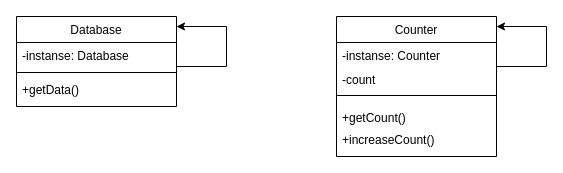
Before: page "Singletone" (1 of 5) of UML Diagrams.drawio in victor2996/Patterns, a draw.io diagram. Source tidied: cells renumbered, new cells numbered last; positions are measured from the earlier drawing's top-left corner, leaving out a move shared by most shapes. Both pictures are drawn from the tidied source at 100%, with x=0, y=0 at pixel (16, 16).
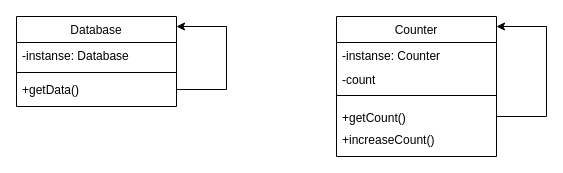
After the change.

The edit, as a diff of the source:
```diff
@@
 <mxGraphModel>
   <root>
     <mxCell id="0" />
     <mxCell id="1" parent="0" />
     <mxCell id="2" value="Database" style="swimlane;fontStyle=0;align=center;verticalAlign=top;horizontal=1;startSize=26;rounded=0;shadow=0;strokeWidth=1;" parent="1" vertex="1">
       <mxGeometry width="160" height="90" as="geometry" />
     </mxCell>
     <mxCell id="3" value="-instanse: Database" style="text;align=left;verticalAlign=top;spacingLeft=4;spacingRight=4;overflow=hidden;points=[[0,0.5],[1,0.5]];portConstraint=eastwest;" parent="2" vertex="1">
       <mxGeometry y="26" width="160" height="26" as="geometry" />
     </mxCell>
     <mxCell id="4" style="line;html=1;strokeWidth=1;align=left;verticalAlign=middle;spacingTop=-1;spacingLeft=3;spacingRight=3;labelPosition=right;" parent="2" vertex="1">
       <mxGeometry y="52" width="160" height="8" as="geometry" />
     </mxCell>
     <mxCell id="5" value="+getData()" style="text;align=left;verticalAlign=top;spacingLeft=4;spacingRight=4;overflow=hidden;points=[[0,0.5],[1,0.5]];portConstraint=eastwest;" parent="2" vertex="1">
       <mxGeometry y="60" width="160" height="26" as="geometry" />
     </mxCell>
-    <mxCell id="6" style="edgeStyle=orthogonalEdgeStyle;rounded=0;jettySize=auto;html=1;exitX=1;exitY=0.5;exitDx=0;exitDy=0;" parent="2" edge="1" source="3" target="2">
+    <mxCell id="6" style="edgeStyle=orthogonalEdgeStyle;rounded=0;jettySize=auto;html=1;exitX=1;exitY=0.5;exitDx=0;exitDy=0;" parent="2" edge="1" source="5" target="2">
       <mxGeometry relative="1" as="geometry">
         <Array as="points">
-          <mxPoint x="160" y="50" />
-          <mxPoint x="210" y="50" />
+          <mxPoint x="210" y="73" />
           <mxPoint x="210" y="10" />
         </Array>
       </mxGeometry>
     </mxCell>
     <mxCell id="7" value="Counter" style="swimlane;fontStyle=0;align=center;verticalAlign=top;horizontal=1;startSize=26;rounded=0;shadow=0;strokeWidth=1;" parent="1" vertex="1">
       <mxGeometry x="320" width="160" height="140" as="geometry" />
     </mxCell>
     <mxCell id="8" value="-instanse: Counter" style="text;align=left;verticalAlign=top;spacingLeft=4;spacingRight=4;overflow=hidden;points=[[0,0.5],[1,0.5]];portConstraint=eastwest;" parent="7" vertex="1">
       <mxGeometry y="26" width="160" height="24" as="geometry" />
     </mxCell>
     <mxCell id="9" value="-count" style="text;align=left;verticalAlign=top;spacingLeft=4;spacingRight=4;overflow=hidden;" parent="7" vertex="1">
       <mxGeometry y="50" width="160" height="20" as="geometry" />
     </mxCell>
     <mxCell id="10" style="line;html=1;strokeWidth=1;align=left;verticalAlign=middle;spacingTop=-1;spacingLeft=3;spacingRight=3;labelPosition=right;" parent="7" vertex="1">
       <mxGeometry y="70" width="160" height="18" as="geometry" />
     </mxCell>
     <mxCell id="11" value="+getCount()" style="text;align=left;verticalAlign=top;spacingLeft=4;spacingRight=4;overflow=hidden;" parent="7" vertex="1">
       <mxGeometry y="88" width="160" height="22" as="geometry" />
     </mxCell>
-    <mxCell id="12" style="edgeStyle=orthogonalEdgeStyle;rounded=0;jettySize=auto;html=1;exitX=1;exitY=0.5;exitDx=0;exitDy=0;" parent="7" edge="1" source="8" target="7">
+    <mxCell id="12" style="edgeStyle=orthogonalEdgeStyle;rounded=0;jettySize=auto;html=1;" parent="7" edge="1" target="7">
       <mxGeometry relative="1" as="geometry">
+        <mxPoint x="160" y="100" as="sourcePoint" />
         <Array as="points">
-          <mxPoint x="160" y="50" />
-          <mxPoint x="210" y="50" />
+          <mxPoint x="160" y="100" />
+          <mxPoint x="210" y="100" />
           <mxPoint x="210" y="10" />
         </Array>
       </mxGeometry>
     </mxCell>
     <mxCell id="13" value="+increaseCount()" style="text;align=left;verticalAlign=top;spacingLeft=4;spacingRight=4;overflow=hidden;" parent="7" vertex="1">
       <mxGeometry y="110" width="160" height="22" as="geometry" />
     </mxCell>
   </root>
 </mxGraphModel>
```
